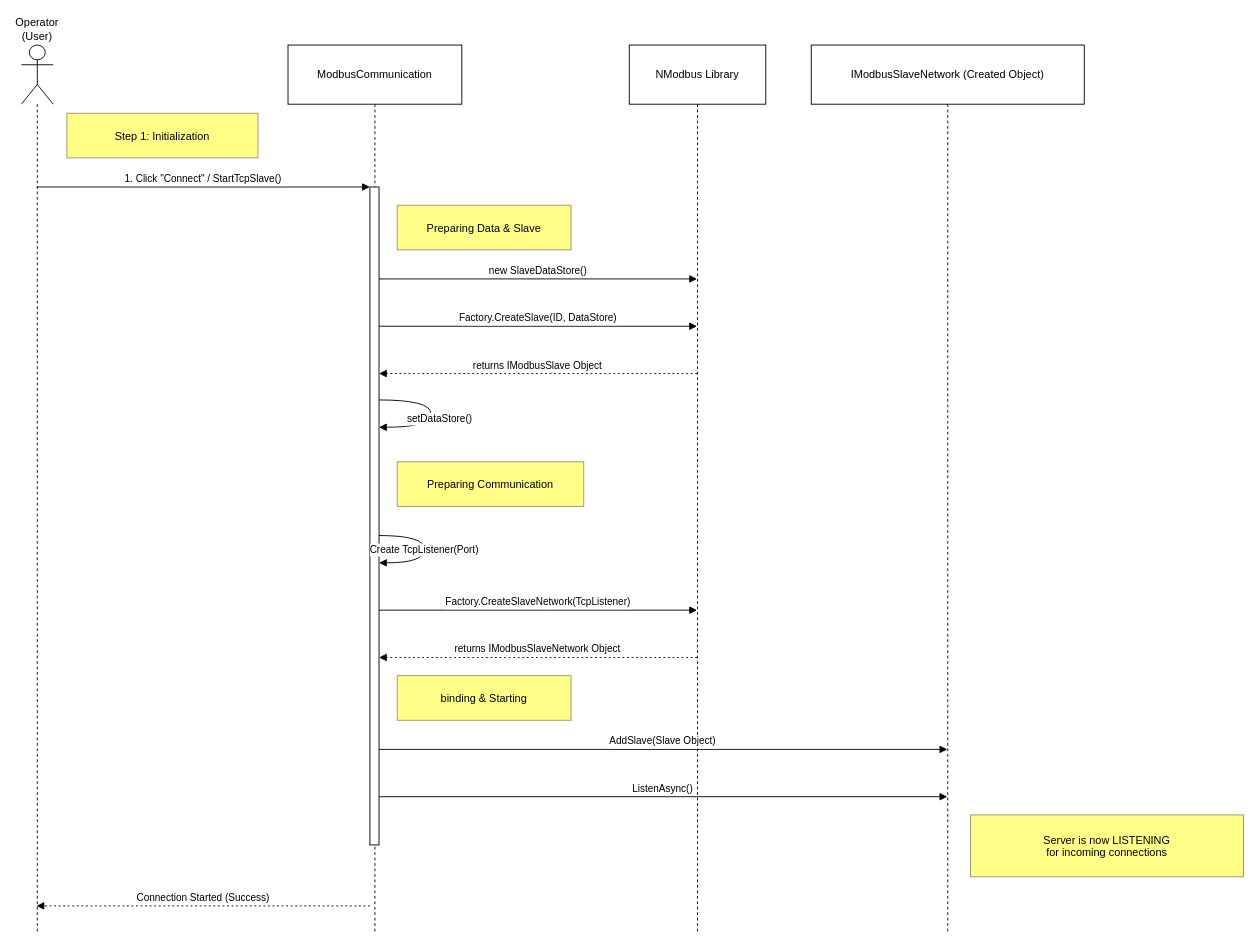
Above: page "User_Connection_Details_UseCase" (9 of 9) of Usecase1.drawio in EliyaMalka/Drawio (draw.io), before the change. Source tidied: cells renumbered, new cells numbered last; positions are measured from the earlier drawing's top-left corner, leaving out a move shared by most shapes. Both pictures are drawn from the tidied source at 91%, with x=0, y=0 at pixel (21, 45).
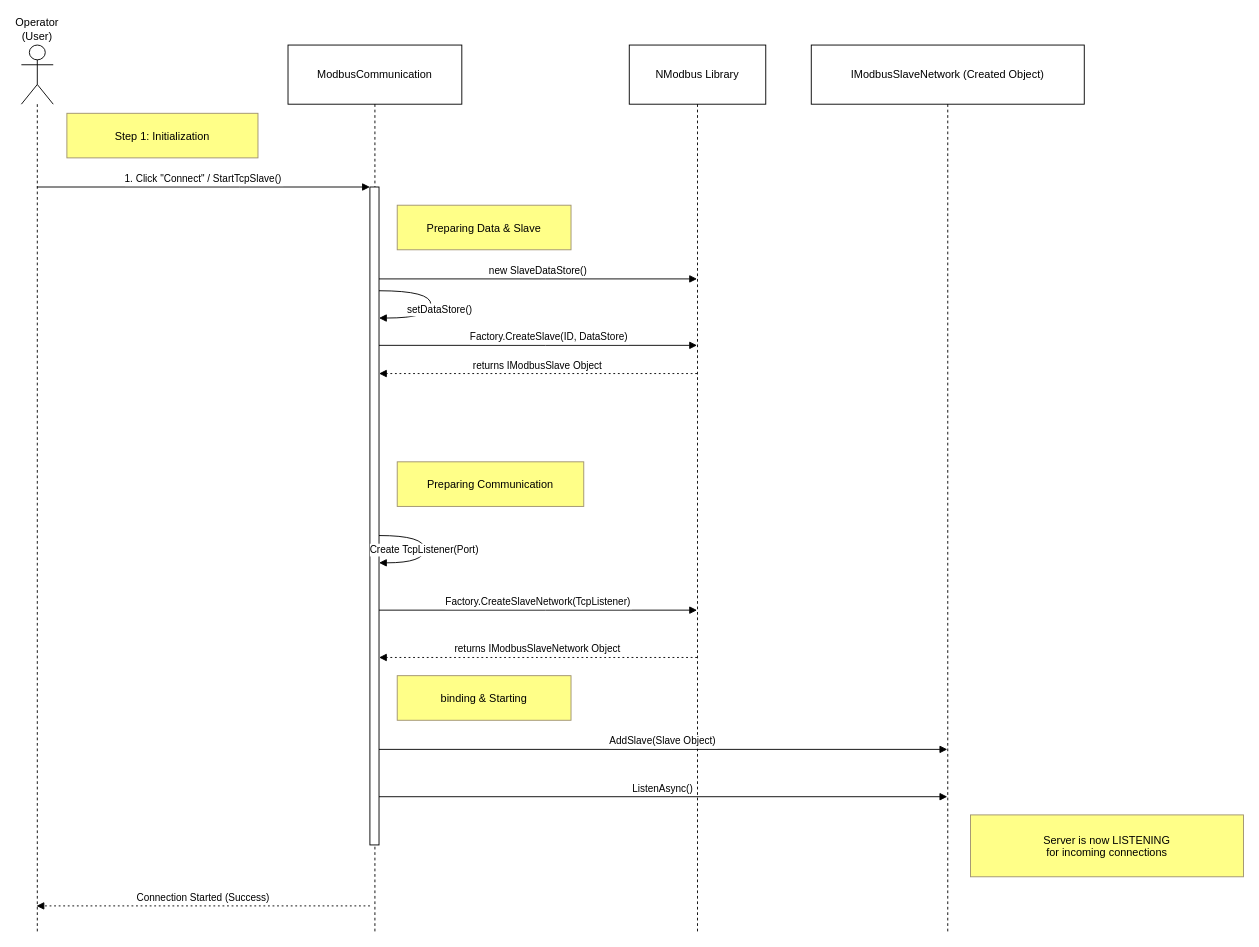
The same page after the edit.

The change refers to these unchanged cells:
```xml
<mxCell id="3" value="ModbusCommunication" style="shape=umlLifeline;perimeter=lifelinePerimeter;whiteSpace=wrap;newEdgeStyle={&quot;edgeStyle&quot;:&quot;elbowEdgeStyle&quot;,&quot;elbow&quot;:&quot;vertical&quot;,&quot;curved&quot;:0,&quot;rounded&quot;:0};size=65;" parent="1" vertex="1">
  <mxGeometry x="293" width="191" height="974" as="geometry" />
</mxCell>
<mxCell id="4" style="points=[];perimeter=orthogonalPerimeter;outlineConnect=0;targetShapes=umlLifeline;portConstraint=eastwest;newEdgeStyle={&quot;edgeStyle&quot;:&quot;elbowEdgeStyle&quot;,&quot;elbow&quot;:&quot;vertical&quot;,&quot;curved&quot;:0,&quot;rounded&quot;:0};" parent="3" vertex="1">
  <mxGeometry x="90" y="156" width="10" height="723" as="geometry" />
</mxCell>
<mxCell id="6" value="NModbus Library" style="shape=umlLifeline;perimeter=lifelinePerimeter;whiteSpace=wrap;outlineConnect=0;portConstraint=eastwest;newEdgeStyle={&quot;edgeStyle&quot;:&quot;elbowEdgeStyle&quot;,&quot;elbow&quot;:&quot;vertical&quot;,&quot;curved&quot;:0,&quot;rounded&quot;:0};size=65;" parent="1" vertex="1">
  <mxGeometry x="668" width="150" height="974" as="geometry" />
</mxCell>
```

The edit, as a diff of the source:
```diff
@@
-    <mxCell id="5" value="setDataStore()" style="curved=1;endArrow=block;rounded=0;" parent="3" edge="1" source="4" target="4">
+    <mxCell id="5" value="setDataStore()" style="curved=1;endArrow=block;rounded=0;" parent="3" edge="1">
       <mxGeometry x="0.07" y="10" relative="1" as="geometry">
+        <mxPoint x="100" y="270" as="sourcePoint" />
+        <mxPoint x="100" y="300" as="targetPoint" />
         <Array as="points">
-          <mxPoint x="157" y="390" />
-          <mxPoint x="157" y="420" />
+          <mxPoint x="157" y="270" />
+          <mxPoint x="157" y="300" />
         </Array>
       </mxGeometry>
     </mxCell>
@@
-    <mxCell id="10" value="Factory.CreateSlave(ID, DataStore)" style="verticalAlign=bottom;edgeStyle=elbowEdgeStyle;elbow=vertical;curved=0;rounded=0;endArrow=block;" parent="1" edge="1" source="4" target="6">
-      <mxGeometry relative="1" as="geometry">
+    <mxCell id="10" value="Factory.CreateSlave(ID, DataStore)" style="verticalAlign=bottom;edgeStyle=elbowEdgeStyle;elbow=vertical;curved=0;rounded=0;endArrow=block;" parent="1" edge="1">
+      <mxGeometry x="0.07" relative="1" as="geometry">
+        <mxPoint x="393" y="330" as="sourcePoint" />
+        <mxPoint x="742.5" y="330" as="targetPoint" />
         <Array as="points">
-          <mxPoint x="576" y="309" />
+          <mxPoint x="576" y="330" />
         </Array>
       </mxGeometry>
     </mxCell>
```
